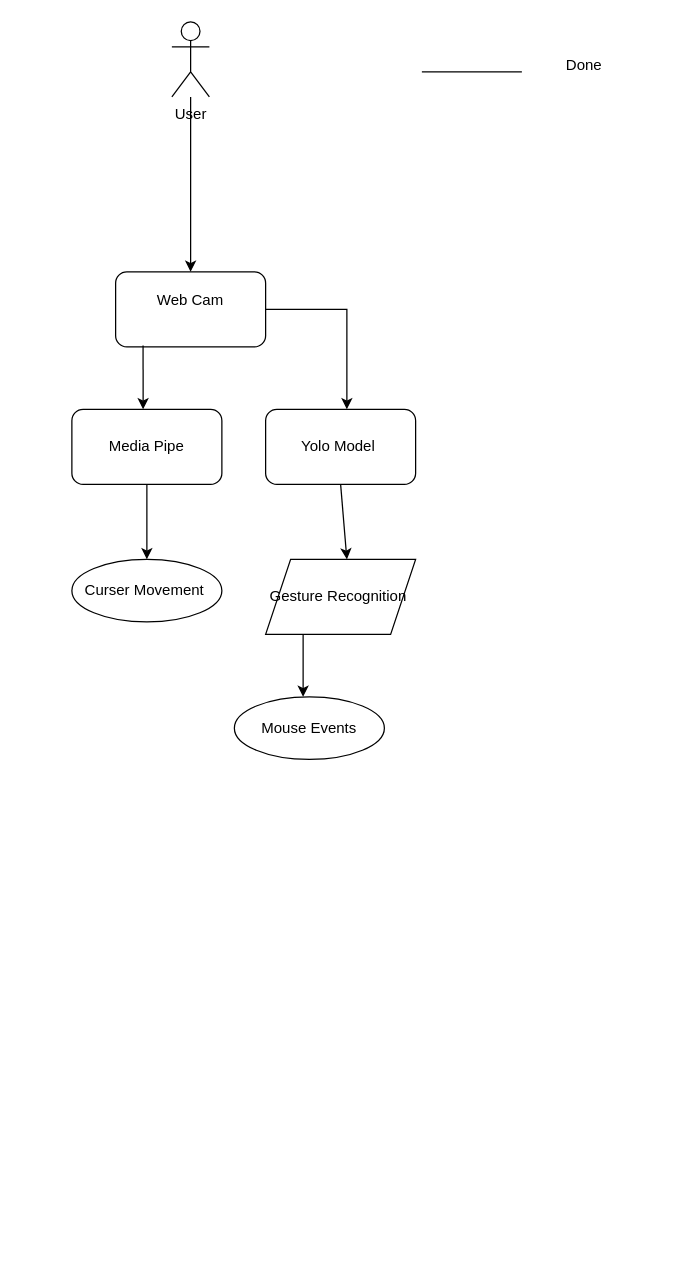
Before: Mouse_Gesture_Pipeline.drawio in BangerAtifAhmed/Mouse_Gestures_V1, a draw.io diagram. Source tidied: cells renumbered, new cells numbered last; positions are measured from the earlier drawing's top-left corner, leaving out a move shared by most shapes. Both pictures are drawn from the tidied source at 125%, with x=0, y=0 at pixel (71, 21).
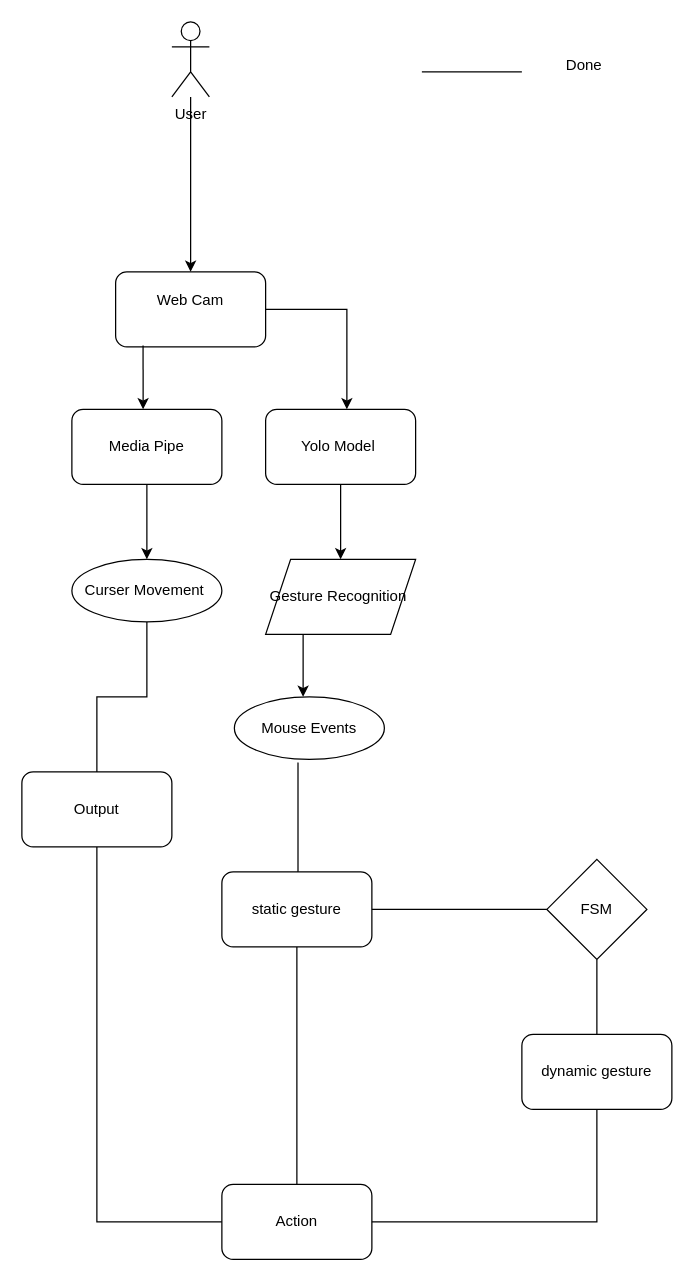
The same diagram, later.

The change refers to these unchanged cells:
```xml
<mxCell id="9" value="Curser Movement&amp;nbsp;" style="ellipse;whiteSpace=wrap;html=1;shapeInside=1;strokeColor=light-dark(#000000,#56FFBB);fillColor=light-dark(#FFFFFF,#44FF5D);" parent="1" vertex="1">
  <mxGeometry y="430" width="120" height="50" as="geometry" />
</mxCell>
<mxCell id="14" value="Mouse Events" style="ellipse;whiteSpace=wrap;html=1;shapeInside=1;" parent="1" vertex="1">
  <mxGeometry x="130" y="540" width="120" height="50" as="geometry" />
</mxCell>
```

What changed in the source:
```diff
@@
-    <mxCell id="10" value="Yolo Model&amp;nbsp;" style="rounded=1;whiteSpace=wrap;html=1;" parent="1" vertex="1">
+    <mxCell id="10" value="Yolo Model&amp;nbsp;" style="rounded=1;whiteSpace=wrap;html=1;fillColor=light-dark(#FFFFFF,#80FF58);" parent="1" vertex="1">
       <mxGeometry x="155" y="310" width="120" height="60" as="geometry" />
     </mxCell>
-    <mxCell id="11" style="endArrow=classic;html=1;rounded=0;exitX=0.5;exitY=1;exitDx=0;exitDy=0;" parent="1" edge="1" source="10">
-      <mxGeometry relative="1" as="geometry">
-        <mxPoint x="220" y="430" as="targetPoint" />
-      </mxGeometry>
+    <mxCell id="11" style="endArrow=classic;html=1;rounded=0;exitX=0.5;exitY=1;exitDx=0;exitDy=0;entryX=0.5;entryY=0;entryDx=0;entryDy=0;" parent="1" edge="1" source="10" target="12">
+      <mxGeometry relative="1" as="geometry" />
     </mxCell>
-    <mxCell id="12" value="Gesture Recognition&amp;nbsp;" style="shape=parallelogram;perimeter=parallelogramPerimeter;whiteSpace=wrap;html=1;shapeInside=1;fixedSize=1;" parent="1" vertex="1">
+    <mxCell id="12" value="Gesture Recognition&amp;nbsp;" style="shape=parallelogram;perimeter=parallelogramPerimeter;whiteSpace=wrap;html=1;shapeInside=1;fixedSize=1;fillColor=light-dark(#FFFFFF,#80FF4C);" parent="1" vertex="1">
       <mxGeometry x="155" y="430" width="120" height="60" as="geometry" />
     </mxCell>
@@
+    <mxCell id="17" style="endArrow=none;html=1;rounded=0;entryX=0.424;entryY=1.051;entryDx=0;entryDy=0;entryPerimeter=0;" parent="1" edge="1" target="14">
+      <mxGeometry relative="1" as="geometry">
+        <mxPoint x="180.9" y="680" as="sourcePoint" />
+      </mxGeometry>
+    </mxCell>
+    <mxCell id="18" value="static gesture" style="rounded=1;whiteSpace=wrap;html=1;" parent="1" vertex="1">
+      <mxGeometry x="120" y="680" width="120" height="60" as="geometry" />
+    </mxCell>
+    <mxCell id="19" style="endArrow=none;html=1;rounded=0;exitX=1;exitY=0.5;exitDx=0;exitDy=0;" parent="1" edge="1" source="18">
+      <mxGeometry relative="1" as="geometry">
+        <mxPoint x="380" y="710" as="targetPoint" />
+      </mxGeometry>
+    </mxCell>
+    <mxCell id="20" value="FSM" style="rhombus;whiteSpace=wrap;html=1;shapeInside=1;" parent="1" vertex="1">
+      <mxGeometry x="380" y="670" width="80" height="80" as="geometry" />
+    </mxCell>
+    <mxCell id="21" style="endArrow=none;html=1;rounded=0;exitX=0.5;exitY=1;exitDx=0;exitDy=0;" parent="1" edge="1" source="20">
+      <mxGeometry relative="1" as="geometry">
+        <mxPoint x="420" y="810" as="targetPoint" />
+      </mxGeometry>
+    </mxCell>
+    <mxCell id="22" value="dynamic gesture" style="rounded=1;whiteSpace=wrap;html=1;" parent="1" vertex="1">
+      <mxGeometry x="360" y="810" width="120" height="60" as="geometry" />
+    </mxCell>
+    <mxCell id="23" style="endArrow=none;html=1;rounded=0;entryX=0.5;entryY=1;entryDx=0;entryDy=0;" parent="1" edge="1" target="18">
+      <mxGeometry relative="1" as="geometry">
+        <mxPoint x="180" y="930" as="sourcePoint" />
+      </mxGeometry>
+    </mxCell>
+    <mxCell id="24" value="Action" style="rounded=1;whiteSpace=wrap;html=1;" parent="1" vertex="1">
+      <mxGeometry x="120" y="930" width="120" height="60" as="geometry" />
+    </mxCell>
+    <mxCell id="25" style="endArrow=none;html=1;rounded=0;entryX=0.5;entryY=1;entryDx=0;entryDy=0;exitX=1;exitY=0.5;exitDx=0;exitDy=0;" parent="1" edge="1" source="24" target="22">
+      <mxGeometry relative="1" as="geometry">
+        <Array as="points">
+          <mxPoint x="420" y="960" />
+        </Array>
+      </mxGeometry>
+    </mxCell>
+    <mxCell id="26" style="endArrow=none;html=1;rounded=0;entryX=0;entryY=0.5;entryDx=0;entryDy=0;" parent="1" edge="1" target="24">
+      <mxGeometry relative="1" as="geometry">
+        <mxPoint x="20" y="660" as="sourcePoint" />
+        <Array as="points">
+          <mxPoint x="20" y="960" />
+        </Array>
+      </mxGeometry>
+    </mxCell>
+    <mxCell id="27" value="Output" style="rounded=1;whiteSpace=wrap;html=1;" parent="1" vertex="1">
+      <mxGeometry x="-40" y="600" width="120" height="60" as="geometry" />
+    </mxCell>
+    <mxCell id="28" style="endArrow=none;html=1;rounded=0;entryX=0.5;entryY=1;entryDx=0;entryDy=0;exitX=0.5;exitY=0;exitDx=0;exitDy=0;" parent="1" edge="1" source="27" target="9">
+      <mxGeometry relative="1" as="geometry">
+        <Array as="points">
+          <mxPoint x="20" y="540" />
+          <mxPoint x="60" y="540" />
+        </Array>
+      </mxGeometry>
+    </mxCell>
```
